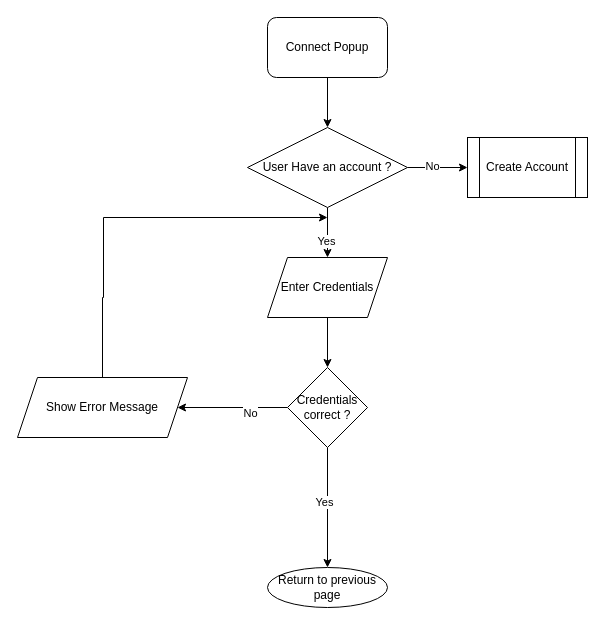
Above: prodDocs/Algoritme/ConnectPopup.drawio in Conchero/ecf-back (draw.io), before the change. Source tidied: cells renumbered, new cells numbered last; positions are measured from the earlier drawing's top-left corner, leaving out a move shared by most shapes. Both pictures are drawn from the tidied source at 100%, with x=0, y=0 at pixel (17, 17).
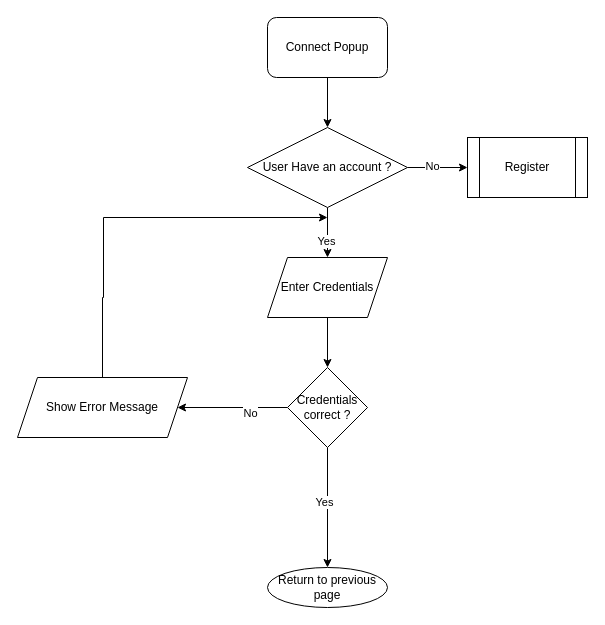
After the change.

Commit message:
Mettre à jour ConnectPopup.drawio

The edit, as a diff of the source:
```diff
@@
-    <mxCell id="19" value="Create Account" style="shape=process;whiteSpace=wrap;html=1;backgroundOutline=1;" parent="1" vertex="1">
+    <mxCell id="19" value="Register" style="shape=process;whiteSpace=wrap;html=1;backgroundOutline=1;" parent="1" vertex="1">
       <mxGeometry x="450" y="120" width="120" height="60" as="geometry" />
     </mxCell>
```
